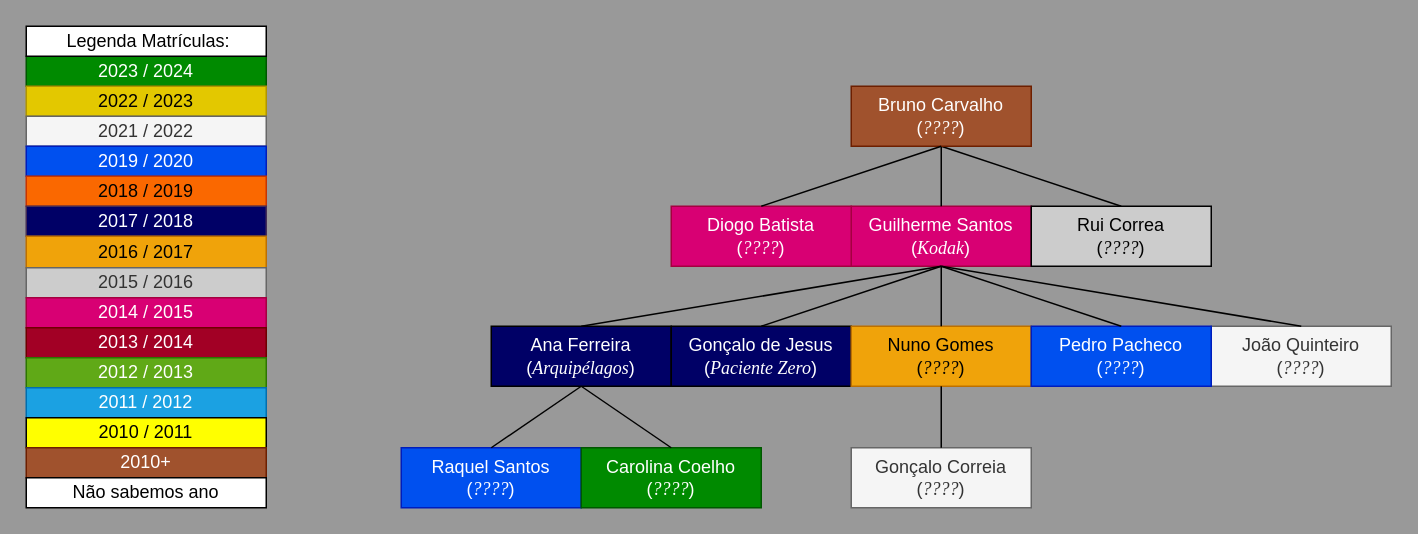
The draw.io diagram Draw.io/Familia_do_Bruno_Carvalho.drawio in pdmtmr/PDMTMRTESTLOCATION-AKA-ARBUSTO, before the edit. Source tidied: cells renumbered, new cells numbered last; positions are measured from the earlier drawing's top-left corner, leaving out a move shared by most shapes. Both pictures are drawn from the tidied source at 150%, with x=0, y=0 at pixel (26, 26).
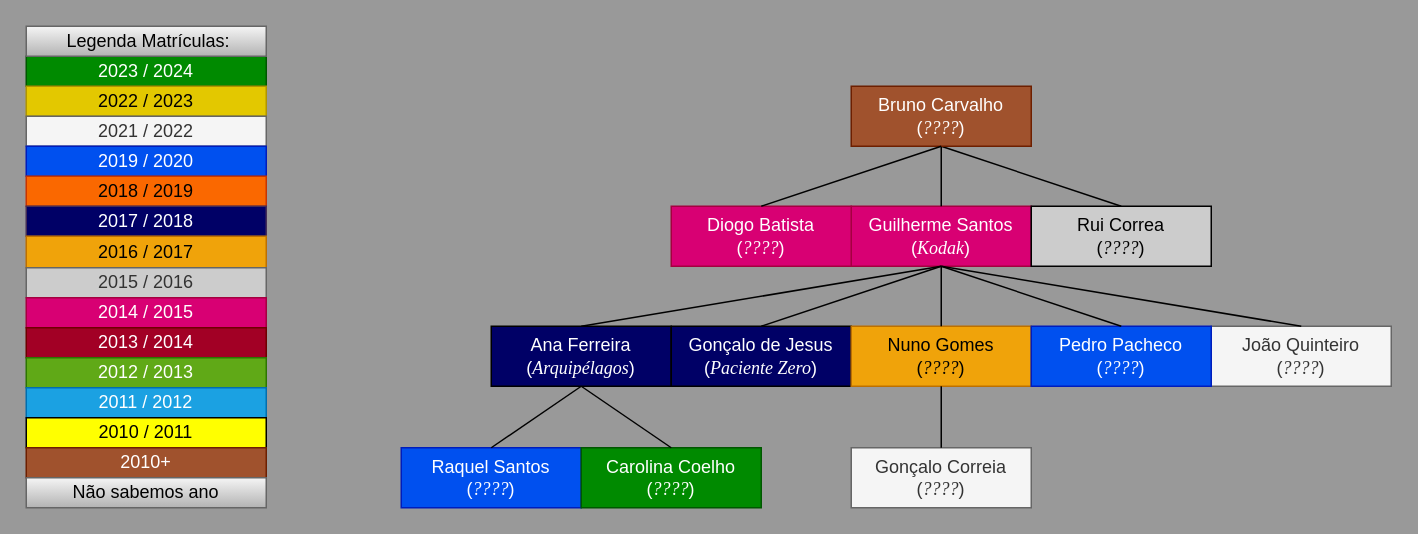
After the change.

The edit, as a diff of the source:
```diff
@@
-    <mxCell id="7" value="&amp;nbsp;Legenda Matrículas:" style="rounded=0;whiteSpace=wrap;html=1;" parent="1" vertex="1">
+    <mxCell id="7" value="&amp;nbsp;Legenda Matrículas:" style="rounded=0;whiteSpace=wrap;html=1;fillColor=#f5f5f5;gradientColor=#b3b3b3;strokeColor=#666666;" parent="1" vertex="1">
       <mxGeometry width="160" height="20" as="geometry" />
     </mxCell>
@@
-    <mxCell id="17" value="Não sabemos ano" style="rounded=0;whiteSpace=wrap;html=1;" parent="1" vertex="1">
+    <mxCell id="17" value="Não sabemos ano" style="rounded=0;whiteSpace=wrap;html=1;fillColor=#f5f5f5;gradientColor=#b3b3b3;strokeColor=#666666;" parent="1" vertex="1">
       <mxGeometry y="301" width="160" height="20" as="geometry" />
     </mxCell>
```
